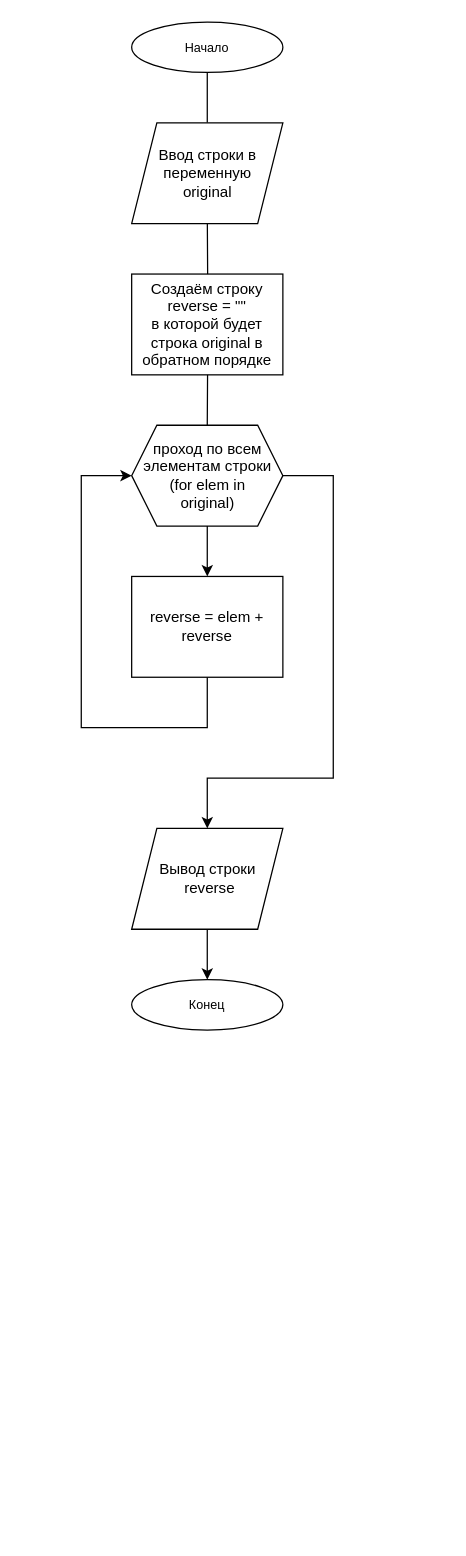
Before: task_1/Блок-схема для 1 задачи.drawio in konodop/Python_strings, a draw.io diagram. Source tidied: cells renumbered, new cells numbered last; positions are measured from the earlier drawing's top-left corner, leaving out a move shared by most shapes. Both pictures are drawn from the tidied source at 126%, with x=0, y=0 at pixel (81, 21).
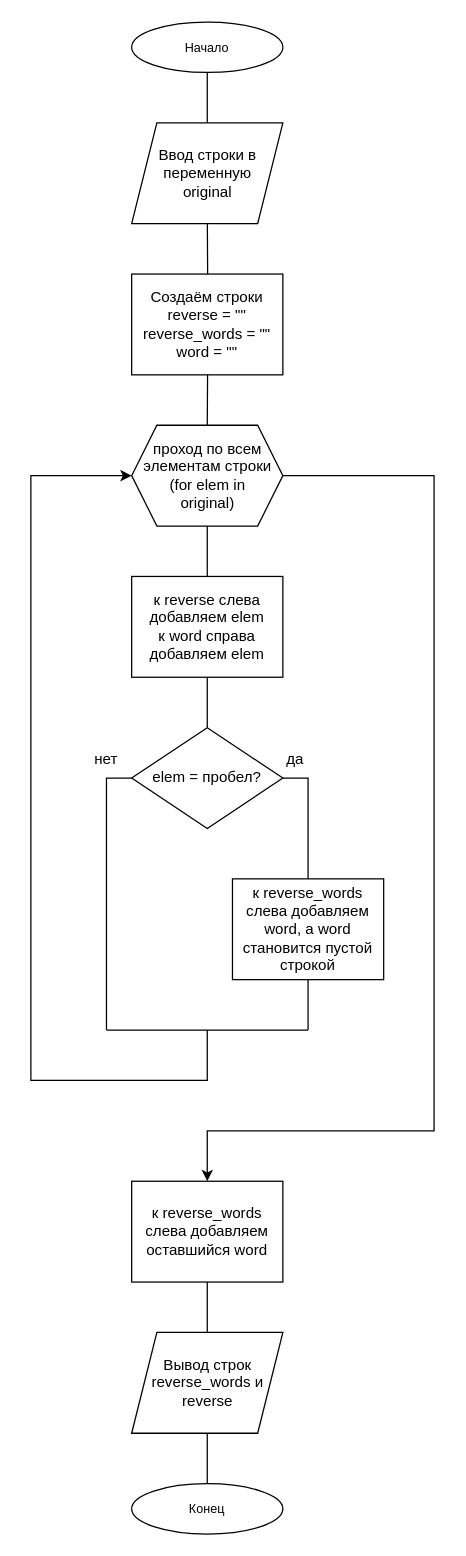
The same diagram, later.

Unchanged cells that the change refers to:
```xml
<mxCell id="8" value="проход по всем&lt;div&gt;элементам строки&lt;/div&gt;&lt;div&gt;(&lt;span style=&quot;background-color: transparent; color: light-dark(rgb(0, 0, 0), rgb(255, 255, 255));&quot;&gt;for elem in&lt;/span&gt;&lt;/div&gt;&lt;div&gt;&lt;span style=&quot;background-color: transparent; color: light-dark(rgb(0, 0, 0), rgb(255, 255, 255));&quot;&gt;original)&lt;/span&gt;&lt;/div&gt;" style="shape=hexagon;perimeter=hexagonPerimeter2;html=1;shapeInside=1;fixedSize=1;" parent="1" vertex="1">
  <mxGeometry x="40" y="320" width="120" height="80" as="geometry" />
</mxCell>
```

Change to the diagram source:
```diff
@@
     <mxCell id="4" value="&lt;font style=&quot;font-size: 10px;&quot;&gt;Конец&lt;/font&gt;" style="ellipse;whiteSpace=wrap;html=1;shapeInside=1;" parent="1" vertex="1">
-      <mxGeometry x="40" y="760" width="120" height="40" as="geometry" />
+      <mxGeometry x="40" y="1160" width="120" height="40" as="geometry" />
     </mxCell>
@@
-    <mxCell id="6" style="edgeStyle=orthogonalEdgeStyle;rounded=0;jettySize=auto;html=1;fontFamily=Helvetica;fontSize=12;fontColor=default;" parent="1" edge="1" source="8" target="10">
+    <mxCell id="6" style="edgeStyle=orthogonalEdgeStyle;rounded=0;jettySize=auto;html=1;fontFamily=Helvetica;fontSize=12;fontColor=default;endArrow=none;endFill=0;" parent="1" edge="1" source="8" target="10">
       <mxGeometry relative="1" as="geometry" />
     </mxCell>
-    <mxCell id="7" style="edgeStyle=orthogonalEdgeStyle;rounded=0;jettySize=auto;html=1;fontFamily=Helvetica;fontSize=12;fontColor=default;" parent="1" edge="1" source="8" target="14">
-      <mxGeometry x="-0.04" relative="1" as="geometry">
+    <mxCell id="7" style="edgeStyle=orthogonalEdgeStyle;rounded=0;jettySize=auto;html=1;fontFamily=Helvetica;fontSize=12;fontColor=default;entryX=0.5;entryY=0;entryDx=0;entryDy=0;" parent="1" edge="1" source="8" target="26">
+      <mxGeometry x="0.09" relative="1" as="geometry">
         <Array as="points">
-          <mxPoint x="200" y="360" />
-          <mxPoint x="200" y="600" />
-          <mxPoint x="100" y="600" />
+          <mxPoint x="280" y="360" />
+          <mxPoint x="280" y="880" />
+          <mxPoint x="100" y="880" />
         </Array>
       </mxGeometry>
     </mxCell>
@@
-    <mxCell id="9" style="edgeStyle=orthogonalEdgeStyle;rounded=0;jettySize=auto;html=1;entryX=0;entryY=0.5;entryDx=0;entryDy=0;fontFamily=Helvetica;fontSize=12;fontColor=default;" parent="1" edge="1" source="10" target="8">
-      <mxGeometry x="-0.21" relative="1" as="geometry">
-        <Array as="points">
-          <mxPoint x="100" y="560" />
-          <mxPoint y="560" />
-          <mxPoint y="360" />
-        </Array>
-      </mxGeometry>
-    </mxCell>
+    <mxCell id="15" style="edgeStyle=orthogonalEdgeStyle;rounded=0;jettySize=auto;html=1;fontFamily=Helvetica;fontSize=12;fontColor=default;endArrow=none;endFill=0;" parent="1" edge="1" source="10" target="18">
+      <mxGeometry relative="1" as="geometry" />
+    </mxCell>
-    <mxCell id="10" value="reverse = elem + reverse" style="rounded=0;whiteSpace=wrap;html=1;" parent="1" vertex="1">
+    <mxCell id="10" value="&lt;div&gt;к reverse слева добавляем elem&lt;/div&gt;&lt;div&gt;к word справа добавляем elem&lt;/div&gt;" style="rounded=0;whiteSpace=wrap;html=1;" parent="1" vertex="1">
       <mxGeometry x="40" y="440" width="120" height="80" as="geometry" />
     </mxCell>
@@
-    <mxCell id="12" value="Создаём строку reverse = &quot;&quot;&lt;div&gt;в которой будет строка original в обратном порядке&lt;/div&gt;" style="rounded=0;whiteSpace=wrap;html=1;" parent="1" vertex="1">
+    <mxCell id="12" value="Создаём строки reverse = &quot;&quot;&lt;div&gt;reverse_words = &quot;&quot;&lt;br&gt;&lt;div&gt;word = &quot;&quot;&lt;/div&gt;&lt;/div&gt;" style="rounded=0;whiteSpace=wrap;html=1;" parent="1" vertex="1">
       <mxGeometry x="40" y="200" width="120" height="80" as="geometry" />
     </mxCell>
-    <mxCell id="13" style="edgeStyle=orthogonalEdgeStyle;rounded=0;jettySize=auto;html=1;fontFamily=Helvetica;fontSize=12;fontColor=default;" parent="1" edge="1" source="14" target="4">
+    <mxCell id="13" style="edgeStyle=orthogonalEdgeStyle;rounded=0;jettySize=auto;html=1;fontFamily=Helvetica;fontSize=12;fontColor=default;endArrow=none;endFill=0;" parent="1" edge="1" source="14" target="4">
       <mxGeometry relative="1" as="geometry" />
     </mxCell>
-    <mxCell id="14" value="Вывод строки&lt;div&gt;&amp;nbsp;reverse&lt;br&gt;&lt;/div&gt;" style="shape=parallelogram;perimeter=parallelogramPerimeter;html=1;shapeInside=1;fixedSize=1;align=center;labelPosition=center;verticalLabelPosition=middle;verticalAlign=middle;" parent="1" vertex="1">
-      <mxGeometry x="40" y="640" width="120" height="80" as="geometry" />
+    <mxCell id="14" value="Вывод строк&lt;div&gt;reverse_words и&lt;div&gt;reverse&lt;br&gt;&lt;/div&gt;&lt;/div&gt;" style="shape=parallelogram;perimeter=parallelogramPerimeter;html=1;shapeInside=1;fixedSize=1;align=center;labelPosition=center;verticalLabelPosition=middle;verticalAlign=middle;" parent="1" vertex="1">
+      <mxGeometry x="40" y="1040" width="120" height="80" as="geometry" />
     </mxCell>
+    <mxCell id="16" style="edgeStyle=orthogonalEdgeStyle;rounded=0;jettySize=auto;html=1;fontFamily=Helvetica;fontSize=12;fontColor=default;endArrow=none;endFill=0;" parent="1" edge="1" source="18">
+      <mxGeometry x="0.09" relative="1" as="geometry">
+        <mxPoint x="20" y="800" as="targetPoint" />
+        <Array as="points">
+          <mxPoint x="20" y="600" />
+          <mxPoint x="20" y="800" />
+        </Array>
+      </mxGeometry>
+    </mxCell>
+    <mxCell id="17" style="edgeStyle=orthogonalEdgeStyle;rounded=0;jettySize=auto;html=1;entryX=0.5;entryY=0;entryDx=0;entryDy=0;fontFamily=Helvetica;fontSize=12;fontColor=default;endArrow=none;endFill=0;" parent="1" edge="1" source="18" target="21">
+      <mxGeometry relative="1" as="geometry">
+        <Array as="points">
+          <mxPoint x="180" y="600" />
+        </Array>
+      </mxGeometry>
+    </mxCell>
+    <mxCell id="18" value="elem = пробел?" style="rhombus;whiteSpace=wrap;html=1;shapeInside=1;" parent="1" vertex="1">
+      <mxGeometry x="40" y="560" width="120" height="80" as="geometry" />
+    </mxCell>
+    <mxCell id="19" value="нет" style="text;html=1;whiteSpace=wrap;strokeColor=none;fillColor=none;align=center;verticalAlign=middle;rounded=0;" parent="1" vertex="1">
+      <mxGeometry x="-10" y="570" width="60" height="30" as="geometry" />
+    </mxCell>
+    <mxCell id="20" style="edgeStyle=orthogonalEdgeStyle;rounded=0;jettySize=auto;html=1;fontFamily=Helvetica;fontSize=12;fontColor=default;endArrow=none;endFill=0;" parent="1" edge="1" source="21">
+      <mxGeometry relative="1" as="geometry">
+        <mxPoint x="180" y="800" as="targetPoint" />
+      </mxGeometry>
+    </mxCell>
+    <mxCell id="21" value="&lt;div&gt;к reverse_words слева добавляем word, а word становится пустой строкой&lt;/div&gt;" style="rounded=0;whiteSpace=wrap;html=1;" parent="1" vertex="1">
+      <mxGeometry x="120" y="680" width="120" height="80" as="geometry" />
+    </mxCell>
+    <mxCell id="22" value="да" style="text;html=1;whiteSpace=wrap;strokeColor=none;fillColor=none;align=center;verticalAlign=middle;rounded=0;" parent="1" vertex="1">
+      <mxGeometry x="140" y="570" width="60" height="30" as="geometry" />
+    </mxCell>
+    <mxCell id="23" style="endArrow=none;html=1;rounded=0;fontFamily=Helvetica;fontSize=12;fontColor=default;" parent="1" edge="1">
+      <mxGeometry relative="1" as="geometry">
+        <mxPoint x="20" y="800" as="sourcePoint" />
+        <mxPoint x="180" y="800" as="targetPoint" />
+      </mxGeometry>
+    </mxCell>
+    <mxCell id="24" style="endArrow=none;html=1;rounded=0;fontFamily=Helvetica;fontSize=12;fontColor=default;exitX=0;exitY=0.5;exitDx=0;exitDy=0;edgeStyle=orthogonalEdgeStyle;startArrow=classic;startFill=1;" parent="1" edge="1" source="8">
+      <mxGeometry x="0.08" relative="1" as="geometry">
+        <mxPoint x="100" y="800" as="targetPoint" />
+        <Array as="points">
+          <mxPoint x="-40" y="360" />
+          <mxPoint x="-40" y="840" />
+          <mxPoint x="100" y="840" />
+        </Array>
+      </mxGeometry>
+    </mxCell>
+    <mxCell id="25" style="edgeStyle=orthogonalEdgeStyle;rounded=0;jettySize=auto;html=1;fontFamily=Helvetica;fontSize=12;fontColor=default;endArrow=none;endFill=0;" parent="1" edge="1" source="26" target="14">
+      <mxGeometry relative="1" as="geometry" />
+    </mxCell>
+    <mxCell id="26" value="&lt;div&gt;к reverse_words слева добавляем оставшийся word&lt;/div&gt;" style="rounded=0;whiteSpace=wrap;html=1;" parent="1" vertex="1">
+      <mxGeometry x="40" y="920" width="120" height="80" as="geometry" />
+    </mxCell>
```
